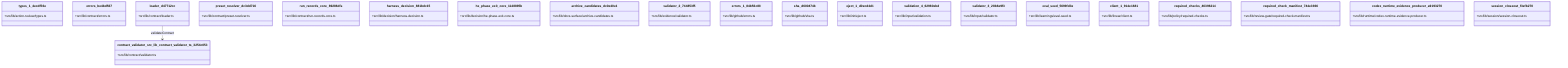
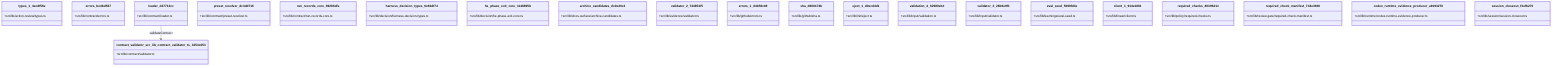
classDiagram
  class types_1_4ecdf56e {
    +src/lib/action-review/types.ts
  }
  class errors_be4bd567 {
    +src/lib/contract/errors.ts
  }
  class loader_d47712cc {
    +src/lib/contract/loader.ts
  }
  class preset_resolver_dc3dd716 {
    +src/lib/contract/preset-resolver.ts
  }
  class run_records_core_89286dfa {
    +src/lib/contract/run-records-core.ts
  }
-   class harness_decision_881bdc15 {
-     +src/lib/decision/harness-decision.ts
+   class harness_decision_types_6e63df74 {
+     +src/lib/decision/harness-decision-types.ts
  }
  class he_phase_exit_core_1148895b {
    +src/lib/decision/he-phase-exit-core.ts
  }
  class archive_candidates_dc0e40e1 {
    +src/lib/docs-surface/archive-candidates.ts
  }
  class validator_2_744853f5 {
    +src/lib/evidence/validator.ts
  }
  class errors_1_84b56c88 {
    +src/lib/github/errors.ts
  }
  class sha_d600474b {
    +src/lib/github/sha.ts
  }
  class eject_1_d0ecd4d1 {
    +src/lib/init/eject.ts
  }
  class validation_4_62980ebd {
    +src/lib/input/validation.ts
  }
  class validator_3_28b6e9f3 {
    +src/lib/input/validator.ts
  }
  class eval_seed_5699fd3e {
    +src/lib/learnings/eval-seed.ts
  }
  class client_1_914e1681 {
    +src/lib/linear/client.ts
  }
  class required_checks_46396214 {
    +src/lib/policy/required-checks.ts
  }
  class required_check_manifest_744e3936 {
    +src/lib/review-gate/required-check-manifest.ts
  }
  class codex_runtime_evidence_producer_a9193270 {
    +src/lib/runtime/codex-runtime-evidence-producer.ts
  }
  class session_closeout_f3efb270 {
    +src/lib/session/session-closeout.ts
  }
  class contract_validator_src_lib_contract_validator_ts_3254c053 {
    +src/lib/contract/validator.ts
  }
  loader_d47712cc --> contract_validator_src_lib_contract_validator_ts_3254c053 : validateContract
